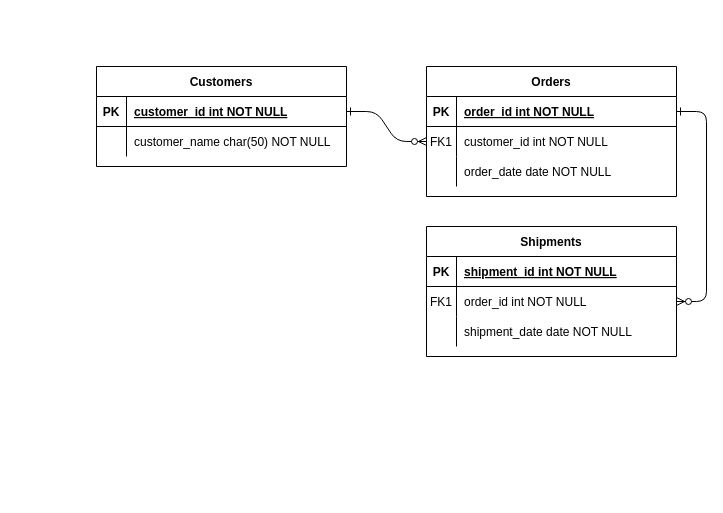
Before: Untitled Diagram.drawio in nselangovan/powerofdata, a draw.io diagram. Source tidied: cells renumbered, new cells numbered last; positions are measured from the earlier drawing's top-left corner, leaving out a move shared by most shapes. Both pictures are drawn from the tidied source at 100%, with x=0, y=0 at pixel (96, 66).
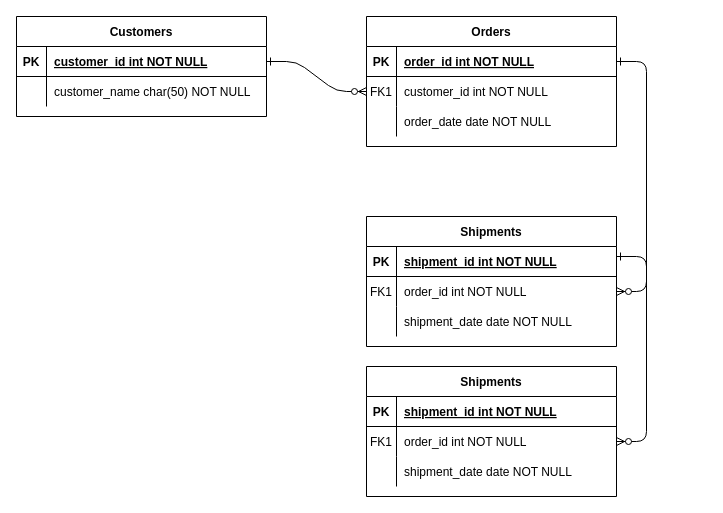
Above is the later version.

Diff of the diagram source:
```diff
@@
     <mxCell id="4" value="Orders" style="shape=table;startSize=30;childLayout=tableLayout;rowLines=0;fontStyle=1;align=center;" parent="1" vertex="1">
-      <mxGeometry x="330" width="250" height="130" as="geometry" />
+      <mxGeometry x="270" y="-50" width="250" height="130" as="geometry" />
     </mxCell>
@@
     <mxCell id="14" value="Shipments" style="shape=table;startSize=30;childLayout=tableLayout;rowLines=0;fontStyle=1;align=center;" parent="1" vertex="1">
-      <mxGeometry x="330" y="160" width="250" height="130" as="geometry" />
+      <mxGeometry x="270" y="150" width="250" height="130" as="geometry" />
     </mxCell>
@@
     <mxCell id="24" value="Customers" style="shape=table;startSize=30;childLayout=tableLayout;rowLines=0;fontStyle=1;align=center;" parent="1" vertex="1">
-      <mxGeometry width="250" height="100" as="geometry" />
+      <mxGeometry x="-80" y="-50" width="250" height="100" as="geometry" />
     </mxCell>
@@
+    <mxCell id="31" value="Shipments" style="shape=table;startSize=30;childLayout=tableLayout;rowLines=0;fontStyle=1;align=center;" parent="1" vertex="1">
+      <mxGeometry x="270" y="300" width="250" height="130" as="geometry" />
+    </mxCell>
+    <mxCell id="32" style="shape=partialRectangle;fillColor=none;top=0;left=0;right=0;bottom=1;" parent="31" vertex="1">
+      <mxGeometry y="30" width="250" height="30" as="geometry" />
+    </mxCell>
+    <mxCell id="33" value="PK" style="shape=partialRectangle;overflow=hidden;fillColor=none;top=0;left=0;bottom=0;right=0;fontStyle=1;" parent="32" vertex="1">
+      <mxGeometry width="30" height="30" as="geometry" />
+    </mxCell>
+    <mxCell id="34" value="shipment_id int NOT NULL " style="shape=partialRectangle;overflow=hidden;fillColor=none;top=0;left=0;bottom=0;right=0;align=left;spacingLeft=6;fontStyle=5;" parent="32" vertex="1">
+      <mxGeometry x="30" width="220" height="30" as="geometry" />
+    </mxCell>
+    <mxCell id="35" style="shape=partialRectangle;fillColor=none;points=[[0,0.5],[1,0.5]];portConstraint=eastwest;top=0;left=0;right=0;bottom=0;" parent="31" vertex="1">
+      <mxGeometry y="60" width="250" height="30" as="geometry" />
+    </mxCell>
+    <mxCell id="36" value="FK1" style="shape=partialRectangle;overflow=hidden;fillColor=none;top=0;left=0;bottom=0;right=0;" parent="35" vertex="1">
+      <mxGeometry width="30" height="30" as="geometry" />
+    </mxCell>
+    <mxCell id="37" value="order_id int NOT NULL" style="shape=partialRectangle;overflow=hidden;fillColor=none;top=0;left=0;bottom=0;right=0;align=left;spacingLeft=6;" parent="35" vertex="1">
+      <mxGeometry x="30" width="220" height="30" as="geometry" />
+    </mxCell>
+    <mxCell id="38" style="shape=partialRectangle;fillColor=none;top=0;left=0;right=0;bottom=0;" parent="31" vertex="1">
+      <mxGeometry y="90" width="250" height="30" as="geometry" />
+    </mxCell>
+    <mxCell id="39" style="shape=partialRectangle;overflow=hidden;fillColor=none;top=0;left=0;bottom=0;right=0;" parent="38" vertex="1">
+      <mxGeometry width="30" height="30" as="geometry" />
+    </mxCell>
+    <mxCell id="40" value="shipment_date date NOT NULL" style="shape=partialRectangle;overflow=hidden;fillColor=none;top=0;left=0;bottom=0;right=0;align=left;spacingLeft=6;" parent="38" vertex="1">
+      <mxGeometry x="30" width="220" height="30" as="geometry" />
+    </mxCell>
+    <mxCell id="41" style="edgeStyle=entityRelationEdgeStyle;endArrow=ERzeroToMany;startArrow=ERone;endFill=1;startFill=0;entryX=1;entryY=0.5;entryDx=0;entryDy=0;" parent="1" edge="1" target="35">
+      <mxGeometry relative="1" as="geometry">
+        <mxPoint x="520" y="190" as="sourcePoint" />
+      </mxGeometry>
+    </mxCell>
```
